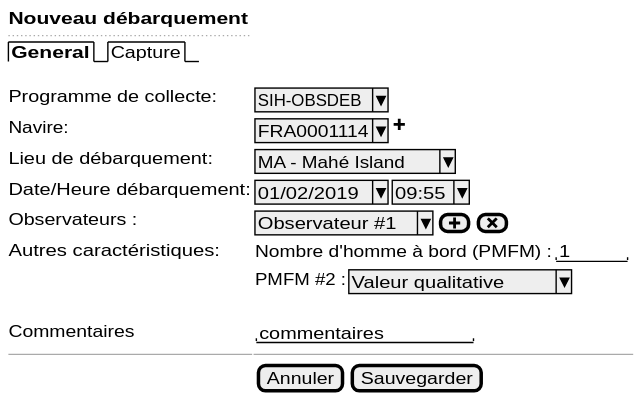
The PlantUML diagram dist/use-case/collect/landing-ui-new.svg in sumaris-net/sumaris-doc, before a commit. Its source is kept beside it as use-case/collect/landing-ui-new.puml.
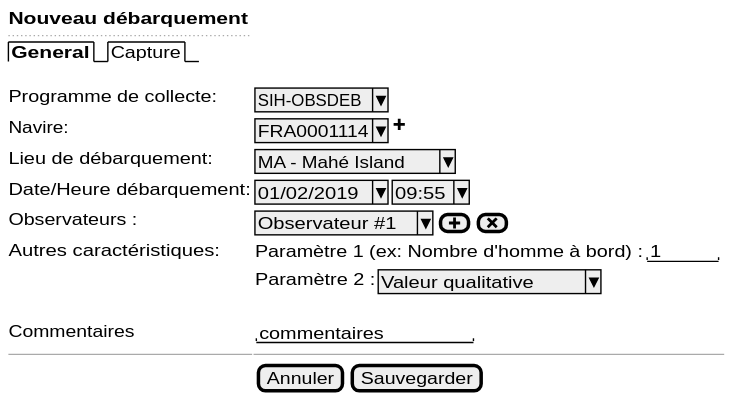
Later version of the same file.

Diff of the diagram source:
```diff
@@ -9,8 +9,8 @@
   Lieu de débarquement:     | { ^MA - Mahé Island^ }
   Date/Heure débarquement:  | { ^01/02/2019^ | ^09:55^ }
   Observateurs :            | { ^Observateur #1^ | [<&plus>] | [<&x>]}
-  Autres caractéristiques:  | { Nombre d'homme à bord (PMFM) : | "   1  " }
-  .                         | { PMFM #2 : | ^Valeur qualitative^ }
+  Autres caractéristiques:  | { Paramètre 1 (ex: Nombre d'homme à bord) : | "   1  " }
+  .                         | { Paramètre 2 : | ^Valeur qualitative^ }
 
   .
   Commentaires              | { "commentaires       "}
```
